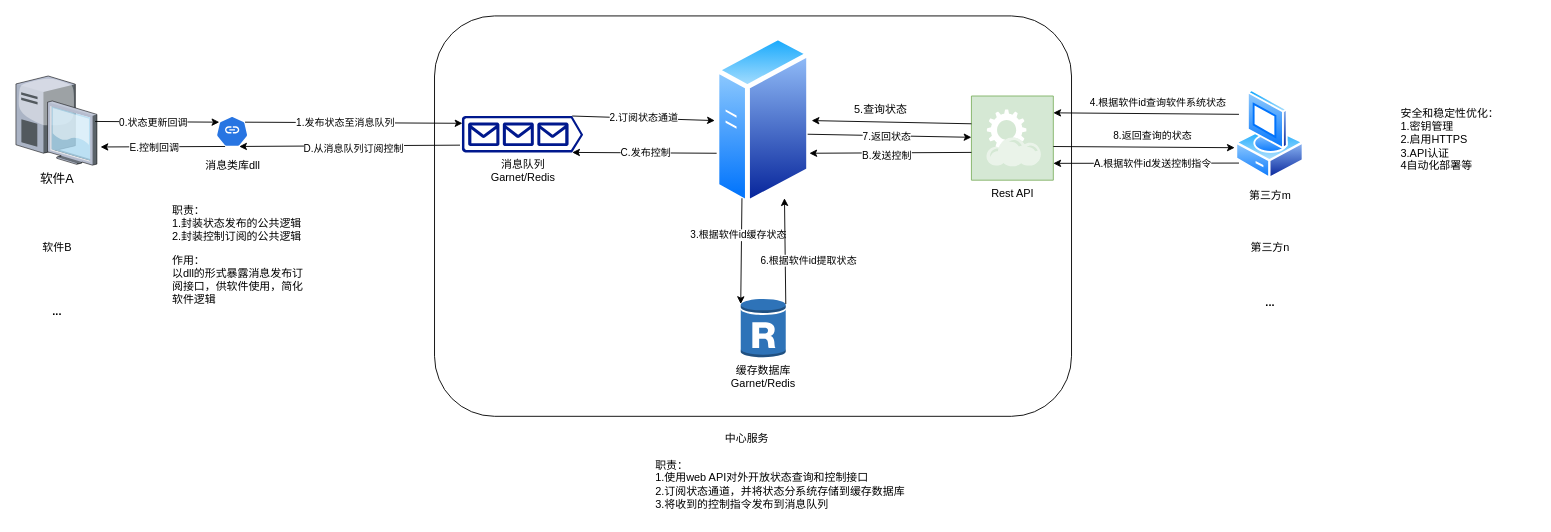
Before: doc/网络架构.drawio in Yqghlx/LabTechOpenPlatform, a draw.io diagram. Source tidied: cells renumbered, new cells numbered last; positions are measured from the earlier drawing's top-left corner, leaving out a move shared by most shapes. Both pictures are drawn from the tidied source at 91%, with x=0, y=0 at pixel (15, 15).
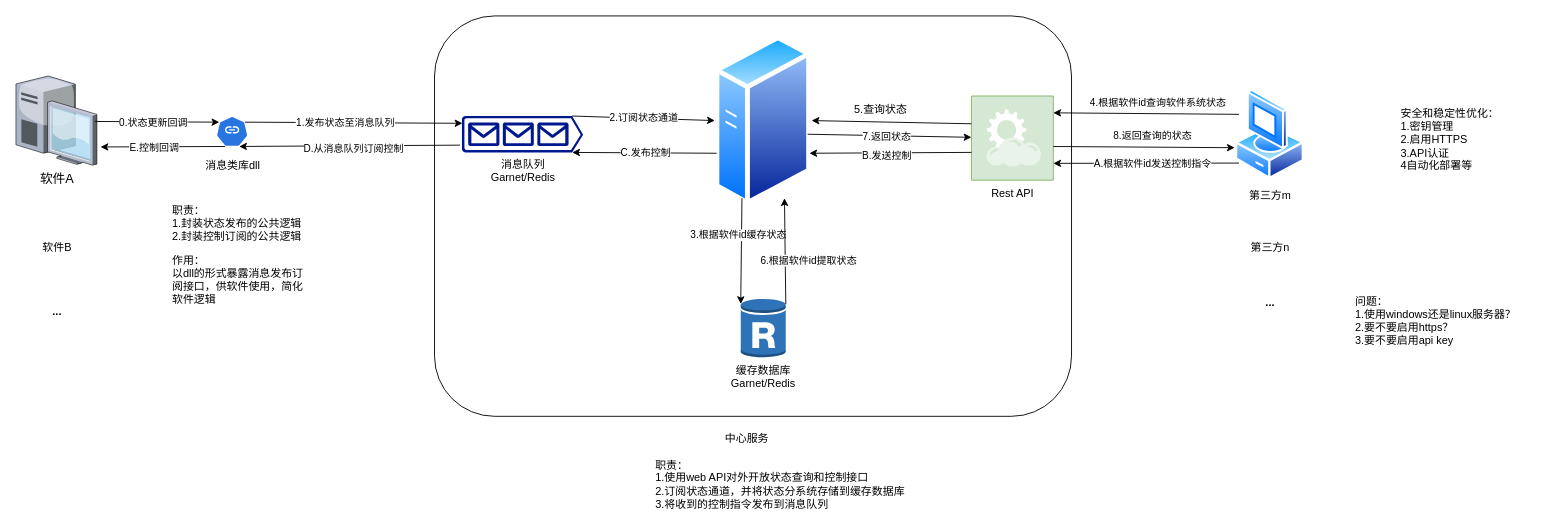
Above is the later version.

Commit message:
docs: 更新架构图中的安全和稳定性优化内容

- 在架构图中添加了安全和稳定性优化的相关内容
- 新增了关于服务器选择、HTTPS启用和API Key启用的问题

Diff of the diagram source:
```diff
@@
+    <mxCell id="48" value="问题：&lt;div&gt;1.使用windows还是linux服务器？&lt;/div&gt;&lt;div&gt;2.要不要启用https？&lt;/div&gt;&lt;div&gt;3.要不要启用api key&lt;/div&gt;" style="text;html=1;align=left;verticalAlign=middle;strokeColor=none;fillColor=none;" parent="1" vertex="1">
+      <mxGeometry x="1470" y="300" width="200" height="70" as="geometry" />
+    </mxCell>
```
